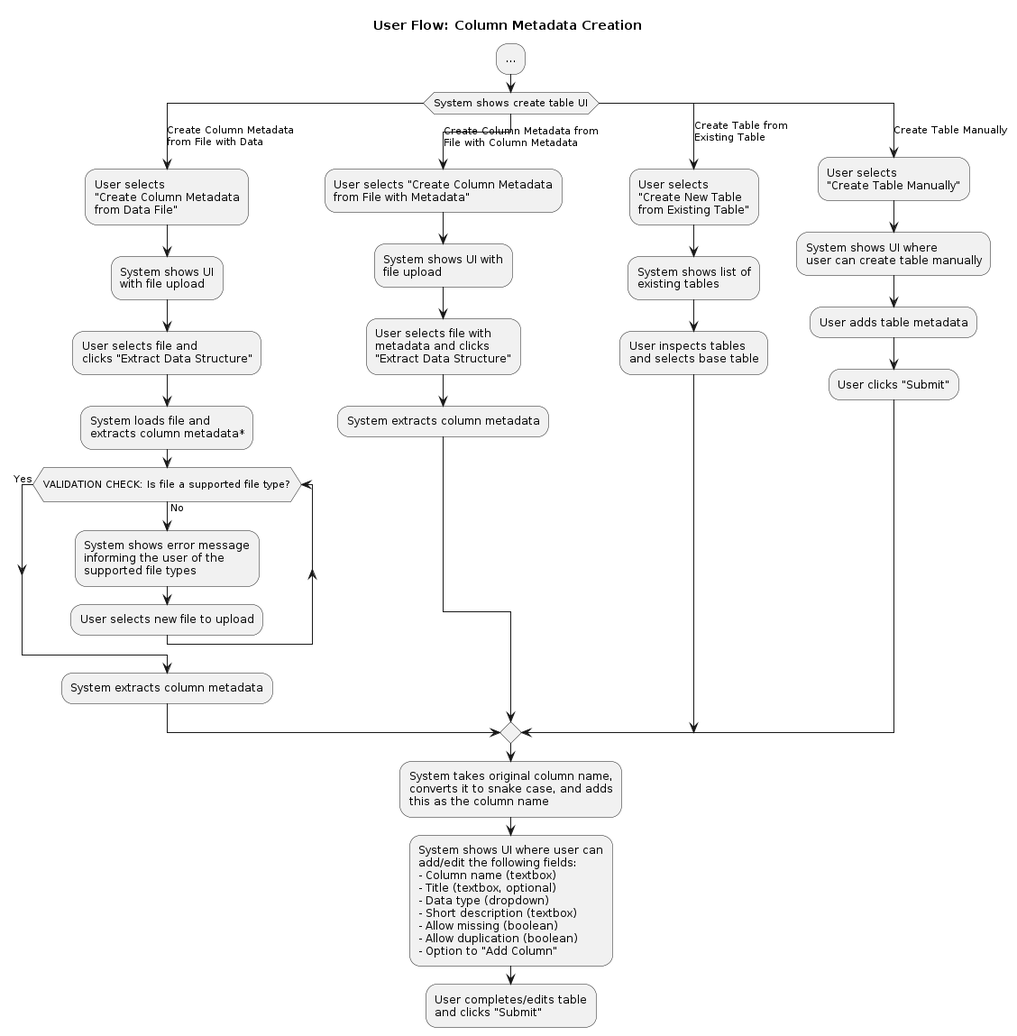
Before: docs/design/images/user-flow-column-metadata-creation.png, a diagram exported from PlantUML (signekb/seedcase-sprout).
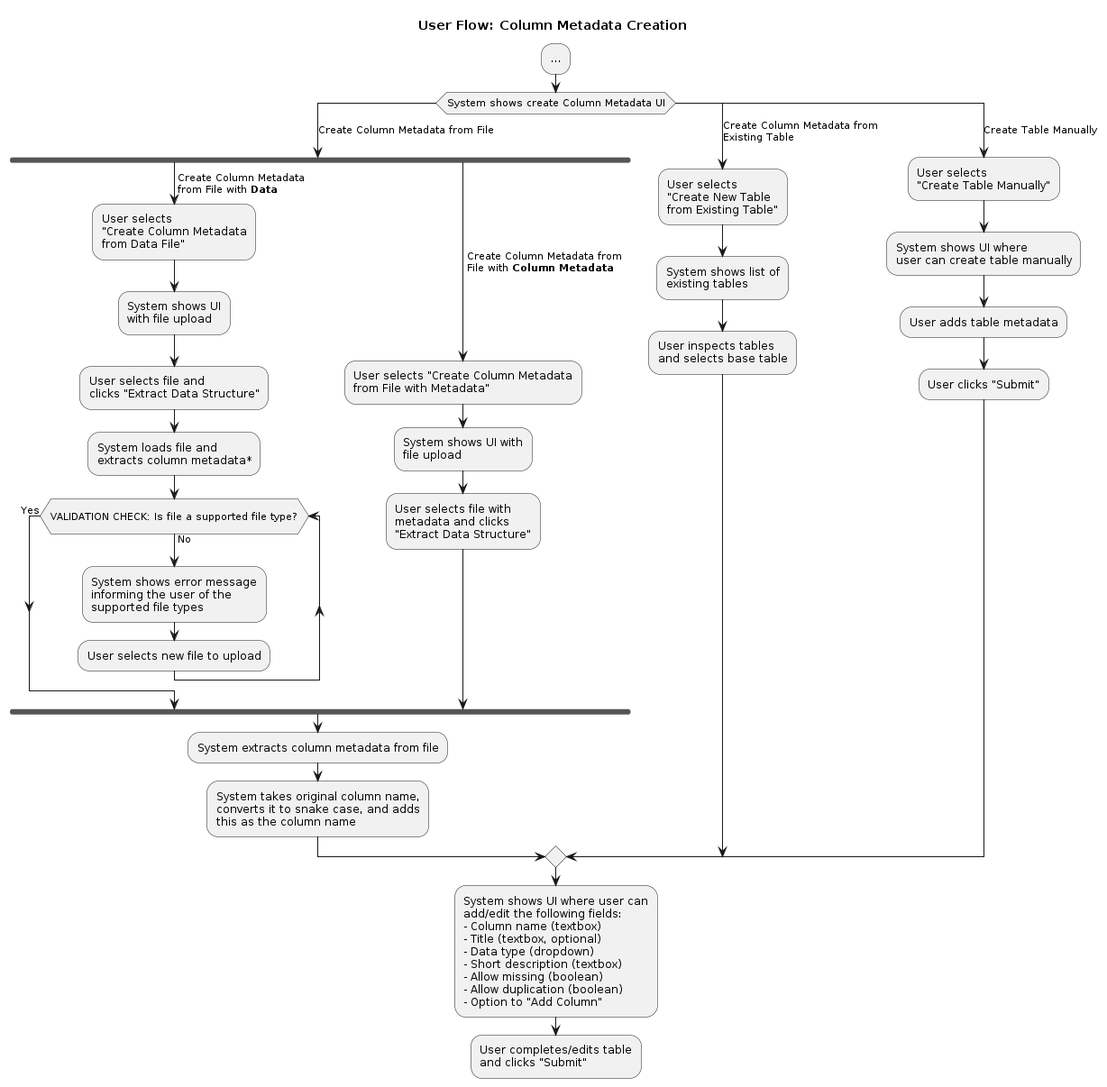
Later version of the same file.

Commit message:
docs: update pngs based on changes in their pumls

The edit, as a diff of the source:
```diff
@@ -3,8 +3,10 @@
 title User Flow: Column Metadata Creation
 
 :...;
-  switch (System shows create table UI)
-    case (Create Column Metadata\nfrom File with Data)
+  switch (System shows create Column Metadata UI)
+    case (Create Column Metadata from File)
+    fork
+      -> Create Column Metadata\nfrom File with **Data**;
       :User selects
       "Create Column Metadata
       from Data File";
@@ -20,8 +22,8 @@
       supported file types;
       :User selects new file to upload;
     end while (Yes)
-    :System extracts column metadata;
-    case (Create Column Metadata from \nFile with Column Metadata)
+    fork again
+      -> Create Column Metadata from\nFile with **Column Metadata**;
       :User selects "Create Column Metadata
       from File with Metadata";
       :System shows UI with
@@ -29,8 +31,12 @@
       :User selects file with
       metadata and clicks
       "Extract Data Structure";
-      :System extracts column metadata;
-    case (Create Table from\nExisting Table)
+    end fork
+      :System extracts column metadata from file;
+      :System takes original column name,
+      converts it to snake case, and adds
+      this as the column name;
+    case (Create Column Metadata from\nExisting Table)
       :User selects
       "Create New Table
       from Existing Table";
@@ -46,9 +52,6 @@
       :User adds table metadata;
       :User clicks "Submit";
     endswitch
-    :System takes original column name,
-    converts it to snake case, and adds
-    this as the column name;
     :System shows UI where user can
     add/edit the following fields:
     - Column name (textbox)
```
